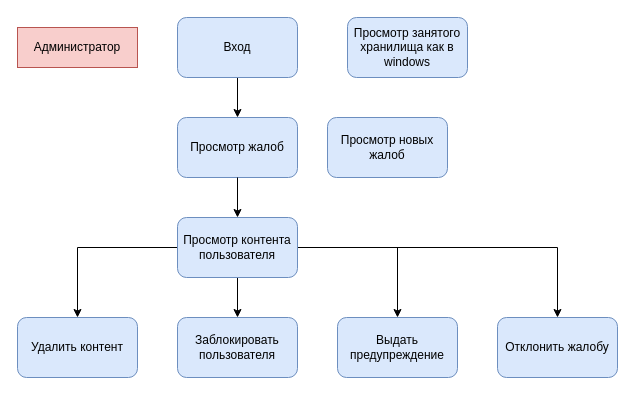
savayaqu/course-project-4 keeps this draw.io diagram as page "Администратор" (1 of 2) of docs/Функционал.drawio. Above is the earlier version. Source tidied: cells renumbered, new cells numbered last; positions are measured from the earlier drawing's top-left corner, leaving out a move shared by most shapes. Both pictures are drawn from the tidied source at 100%, with x=0, y=0 at pixel (17, 17).
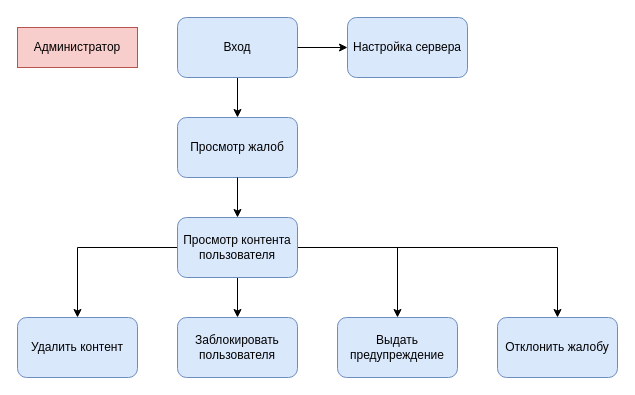
The same page after the edit.

What changed in the source:
```diff
@@
 <mxGraphModel>
   <root>
     <mxCell id="0" />
     <mxCell id="1" parent="0" />
     <mxCell id="2" value="Администратор" style="rounded=0;whiteSpace=wrap;html=1;fillColor=#f8cecc;strokeColor=#b85450;" parent="1" vertex="1">
       <mxGeometry y="10" width="120" height="40" as="geometry" />
     </mxCell>
     <mxCell id="3" style="edgeStyle=orthogonalEdgeStyle;rounded=0;jettySize=auto;html=1;" parent="1" edge="1" source="4" target="14">
       <mxGeometry relative="1" as="geometry" />
     </mxCell>
     <mxCell id="4" value="Вход" style="rounded=1;whiteSpace=wrap;html=1;fillColor=#dae8fc;strokeColor=#6c8ebf;" parent="1" vertex="1">
       <mxGeometry x="160" width="120" height="60" as="geometry" />
     </mxCell>
     <mxCell id="5" style="edgeStyle=orthogonalEdgeStyle;rounded=0;jettySize=auto;html=1;" parent="1" edge="1" source="9" target="12">
       <mxGeometry relative="1" as="geometry" />
     </mxCell>
     <mxCell id="6" style="edgeStyle=orthogonalEdgeStyle;rounded=0;jettySize=auto;html=1;" parent="1" edge="1" source="9" target="10">
       <mxGeometry relative="1" as="geometry" />
     </mxCell>
     <mxCell id="7" style="edgeStyle=orthogonalEdgeStyle;rounded=0;jettySize=auto;html=1;" parent="1" edge="1" source="9" target="11">
       <mxGeometry relative="1" as="geometry" />
     </mxCell>
     <mxCell id="8" style="edgeStyle=orthogonalEdgeStyle;rounded=0;jettySize=auto;html=1;" parent="1" edge="1" source="9" target="13">
       <mxGeometry relative="1" as="geometry" />
     </mxCell>
     <mxCell id="9" value="Просмотр контента пользователя" style="rounded=1;whiteSpace=wrap;html=1;fillColor=#dae8fc;strokeColor=#6c8ebf;" parent="1" vertex="1">
       <mxGeometry x="160" y="200" width="120" height="60" as="geometry" />
     </mxCell>
     <mxCell id="10" value="Заблокировать пользователя" style="rounded=1;whiteSpace=wrap;html=1;fillColor=#dae8fc;strokeColor=#6c8ebf;" parent="1" vertex="1">
       <mxGeometry x="160" y="300" width="120" height="60" as="geometry" />
     </mxCell>
     <mxCell id="11" value="Выдать предупреждение" style="rounded=1;whiteSpace=wrap;html=1;fillColor=#dae8fc;strokeColor=#6c8ebf;" parent="1" vertex="1">
       <mxGeometry x="320" y="300" width="120" height="60" as="geometry" />
     </mxCell>
     <mxCell id="12" value="Удалить контент" style="rounded=1;whiteSpace=wrap;html=1;fillColor=#dae8fc;strokeColor=#6c8ebf;" parent="1" vertex="1">
       <mxGeometry y="300" width="120" height="60" as="geometry" />
     </mxCell>
     <mxCell id="13" value="Отклонить жалобу" style="rounded=1;whiteSpace=wrap;html=1;fillColor=#dae8fc;strokeColor=#6c8ebf;" parent="1" vertex="1">
       <mxGeometry x="480" y="300" width="120" height="60" as="geometry" />
     </mxCell>
     <mxCell id="14" value="Просмотр жалоб" style="rounded=1;whiteSpace=wrap;html=1;fillColor=#dae8fc;strokeColor=#6c8ebf;" parent="1" vertex="1">
       <mxGeometry x="160" y="100" width="120" height="60" as="geometry" />
     </mxCell>
     <mxCell id="15" style="edgeStyle=orthogonalEdgeStyle;rounded=0;jettySize=auto;html=1;" parent="1" edge="1" source="14" target="9">
       <mxGeometry relative="1" as="geometry" />
     </mxCell>
-    <mxCell id="16" value="Просмотр новых жалоб" style="rounded=1;whiteSpace=wrap;html=1;fillColor=#dae8fc;strokeColor=#6c8ebf;" parent="1" vertex="1">
-      <mxGeometry x="310" y="100" width="120" height="60" as="geometry" />
-    </mxCell>
-    <mxCell id="17" value="Просмотр занятого хранилища как в windows" style="rounded=1;whiteSpace=wrap;html=1;fillColor=#dae8fc;strokeColor=#6c8ebf;" parent="1" vertex="1">
+    <mxCell id="17" value="Настройка сервера" style="rounded=1;whiteSpace=wrap;html=1;fillColor=#dae8fc;strokeColor=#6c8ebf;" parent="1" vertex="1">
       <mxGeometry x="330" width="120" height="60" as="geometry" />
     </mxCell>
+    <mxCell id="18" style="edgeStyle=orthogonalEdgeStyle;rounded=0;jettySize=auto;html=1;" parent="1" edge="1" source="4" target="17">
+      <mxGeometry relative="1" as="geometry" />
+    </mxCell>
   </root>
 </mxGraphModel>
```
